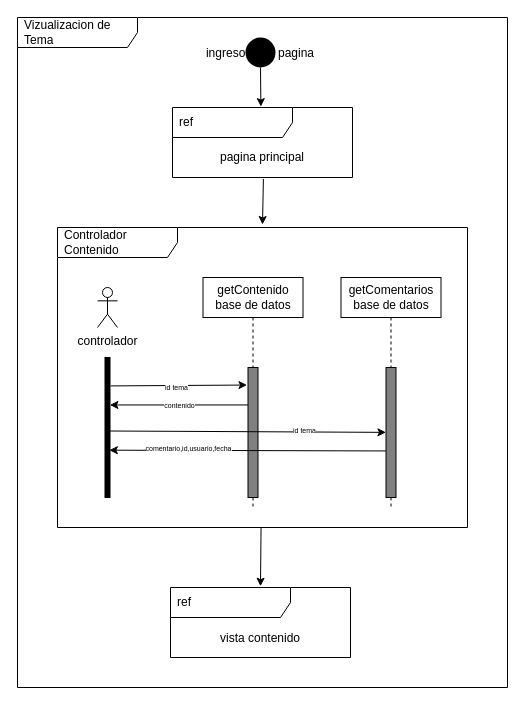
Earlier version of the draw.io diagram DOCUMENTACION/interacionVisualizacionTemaBlog.drawio (cresb-49/PRACTICA-1-TEO1). Source tidied: cells renumbered, new cells numbered last; positions are measured from the earlier drawing's top-left corner, leaving out a move shared by most shapes. Both pictures are drawn from the tidied source at 100%, with x=0, y=0 at pixel (17, 17).
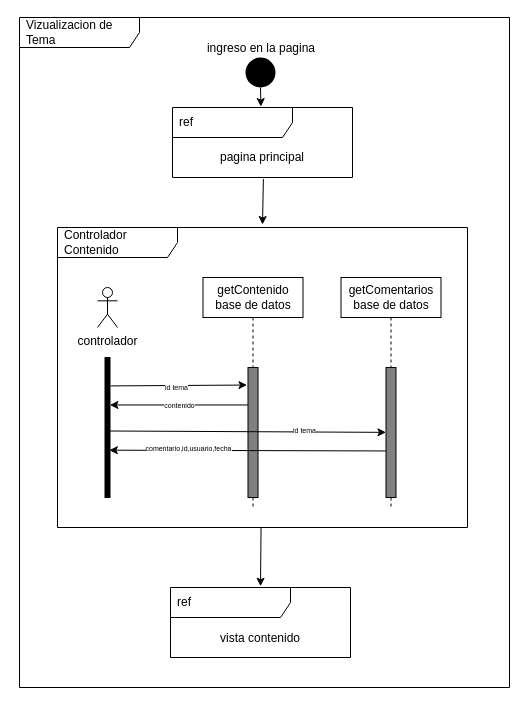
The same page after the edit.

The edit, as a diff of the source:
```diff
@@
     <mxCell id="2" value="Vizualizacion de Tema" style="shape=umlFrame;whiteSpace=wrap;html=1;width=120;height=30;boundedLbl=1;verticalAlign=middle;align=left;spacingLeft=5;fillColor=default;" parent="1" vertex="1">
-      <mxGeometry width="490" height="670" as="geometry" />
+      <mxGeometry x="2" width="490" height="670" as="geometry" />
     </mxCell>
@@
-    <mxCell id="6" value="ingreso en la pagina" style="ellipse;strokeColor=none;fillColor=#000000;" parent="1" vertex="1">
-      <mxGeometry x="228" y="20" width="30" height="30" as="geometry" />
+    <mxCell id="6" style="ellipse;strokeColor=none;fillColor=#000000;fontColor=#FFFFFF;" parent="1" vertex="1">
+      <mxGeometry x="228" y="40" width="30" height="30" as="geometry" />
     </mxCell>
@@
+    <mxCell id="25" value="&lt;font color=&quot;#000000&quot;&gt;ingreso en la pagina&lt;/font&gt;" style="text;html=1;strokeColor=none;fillColor=none;align=center;verticalAlign=middle;whiteSpace=wrap;rounded=0;fontColor=#FFFFFF;" parent="1" vertex="1">
+      <mxGeometry x="184" y="16" width="120" height="30" as="geometry" />
+    </mxCell>
```
